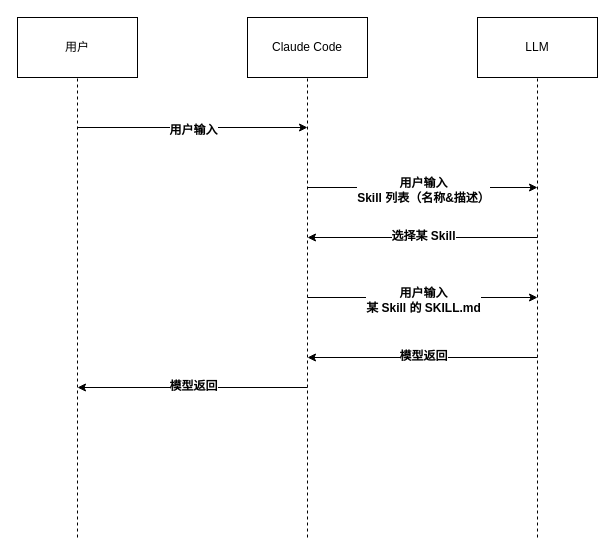
Earlier version of the draw.io diagram LLM/Skill工作流程.drawio (jayouths/drawio_Repository). Source tidied: cells renumbered, new cells numbered last; positions are measured from the earlier drawing's top-left corner, leaving out a move shared by most shapes. Both pictures are drawn from the tidied source at 100%, with x=0, y=0 at pixel (17, 17).
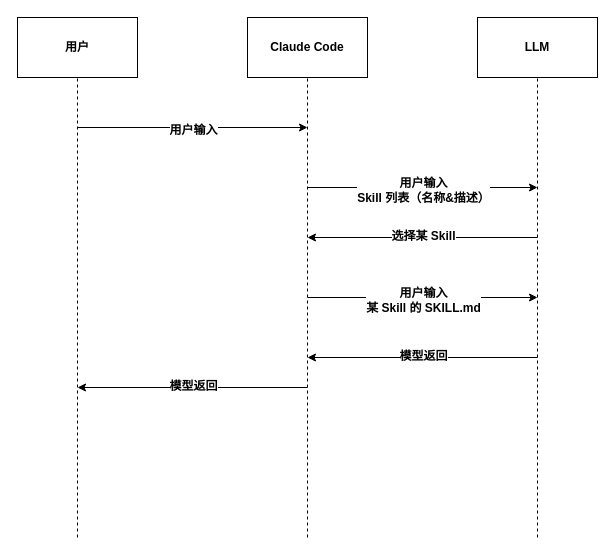
After the change.

Commit message (it also covers changes not shown here):
更新Skill工作流程.drawio

The change refers to these unchanged cells:
```xml
<mxCell id="4" style="group;" parent="1" vertex="1">
  <mxGeometry width="120" height="520" as="geometry" />
</mxCell>
```

Change to the diagram source:
```diff
@@
-    <mxCell id="5" value="用户" style="rounded=0;whiteSpace=wrap;html=1;" parent="4" vertex="1">
+    <mxCell id="5" value="用户" style="rounded=0;whiteSpace=wrap;html=1;fontStyle=1;" parent="4" vertex="1">
       <mxGeometry width="120" height="60" as="geometry" />
     </mxCell>
@@
-    <mxCell id="7" style="group;" parent="1" vertex="1">
+    <mxCell id="7" style="group;fontStyle=1;" parent="1" vertex="1">
       <mxGeometry x="230" width="120" height="520" as="geometry" />
     </mxCell>
-    <mxCell id="8" value="Claude Code" style="rounded=0;whiteSpace=wrap;html=1;" parent="7" vertex="1">
+    <mxCell id="8" value="Claude Code" style="rounded=0;whiteSpace=wrap;html=1;fontStyle=1;" parent="7" vertex="1">
       <mxGeometry width="120" height="60" as="geometry" />
     </mxCell>
@@
-    <mxCell id="18" style="group;" parent="1" vertex="1">
+    <mxCell id="18" style="group;fontStyle=0;" parent="1" vertex="1">
       <mxGeometry x="460" width="120" height="520" as="geometry" />
     </mxCell>
-    <mxCell id="19" value="LLM" style="rounded=0;whiteSpace=wrap;html=1;" parent="18" vertex="1">
+    <mxCell id="19" value="LLM" style="rounded=0;whiteSpace=wrap;html=1;fontStyle=1;" parent="18" vertex="1">
       <mxGeometry width="120" height="60" as="geometry" />
     </mxCell>
```
